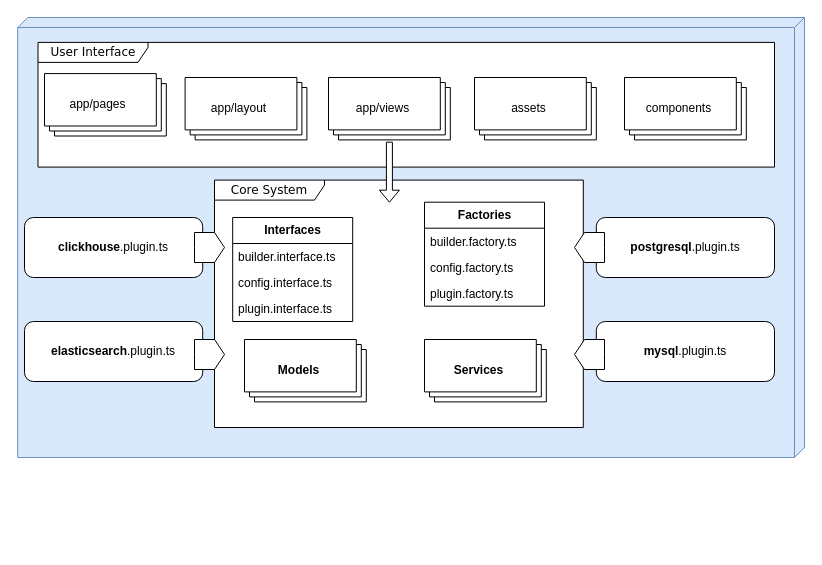
Maquim4/repository_for_challenge keeps this draw.io diagram as softarch.drawio. Above is the earlier version. Source tidied: cells renumbered, new cells numbered last; positions are measured from the earlier drawing's top-left corner, leaving out a move shared by most shapes. Both pictures are drawn from the tidied source at 100%, with x=0, y=0 at pixel (17, 17).
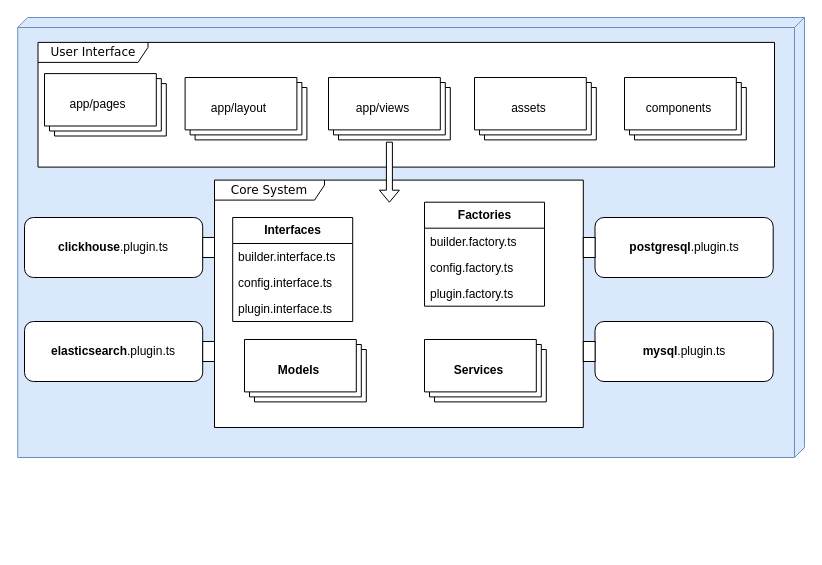
The same diagram, later.

Unchanged cells that the change refers to:
```xml
<mxCell id="2" style="group;" parent="1" vertex="1">
  <mxGeometry x="7" width="780" height="530" as="geometry" />
</mxCell>
```

What changed in the source:
```diff
@@
     <mxCell id="33" value="&lt;b&gt;postgresql&lt;/b&gt;.plugin.ts" style="rounded=1;whiteSpace=wrap;html=1;" parent="2" vertex="1">
-      <mxGeometry x="571.8" y="200" width="178.2" height="60" as="geometry" />
+      <mxGeometry x="570.5" y="200" width="178.2" height="60" as="geometry" />
     </mxCell>
     <mxCell id="34" value="&lt;b&gt;mysql&lt;/b&gt;.plugin.ts" style="rounded=1;whiteSpace=wrap;html=1;" parent="2" vertex="1">
-      <mxGeometry x="571.8" y="304" width="178.2" height="60" as="geometry" />
+      <mxGeometry x="570.5" y="304" width="178.2" height="60" as="geometry" />
     </mxCell>
@@
-    <mxCell id="37" style="html=1;shadow=0;dashed=0;align=center;verticalAlign=middle;shape=mxgraph.arrows2.arrow;dy=0;dx=10;notch=0;" parent="2" vertex="1">
-      <mxGeometry x="170" y="215" width="30" height="30" as="geometry" />
-    </mxCell>
-    <mxCell id="38" style="html=1;shadow=0;dashed=0;align=center;verticalAlign=middle;shape=mxgraph.arrows2.arrow;dy=0;dx=10;notch=0;" parent="2" vertex="1">
-      <mxGeometry x="170" y="322" width="30" height="30" as="geometry" />
-    </mxCell>
-    <mxCell id="39" style="html=1;shadow=0;dashed=0;align=center;verticalAlign=middle;shape=mxgraph.arrows2.arrow;dy=0;dx=10;notch=0;rotation=-180;" parent="2" vertex="1">
-      <mxGeometry x="550" y="215" width="30" height="30" as="geometry" />
-    </mxCell>
-    <mxCell id="40" style="html=1;shadow=0;dashed=0;align=center;verticalAlign=middle;shape=mxgraph.arrows2.arrow;dy=0;dx=10;notch=0;rotation=-180;" parent="2" vertex="1">
-      <mxGeometry x="550" y="322" width="30" height="30" as="geometry" />
-    </mxCell>
@@
+    <mxCell id="44" style="rounded=0;whiteSpace=wrap;html=1;" parent="2" vertex="1">
+      <mxGeometry x="178.2" y="220" width="11.8" height="20" as="geometry" />
+    </mxCell>
+    <mxCell id="45" style="rounded=0;whiteSpace=wrap;html=1;" parent="2" vertex="1">
+      <mxGeometry x="178.2" y="324" width="11.8" height="20" as="geometry" />
+    </mxCell>
+    <mxCell id="46" style="rounded=0;whiteSpace=wrap;html=1;" parent="2" vertex="1">
+      <mxGeometry x="558.8" y="324" width="11.8" height="20" as="geometry" />
+    </mxCell>
+    <mxCell id="47" style="rounded=0;whiteSpace=wrap;html=1;" parent="2" vertex="1">
+      <mxGeometry x="558.8" y="220" width="11.8" height="20" as="geometry" />
+    </mxCell>
```
